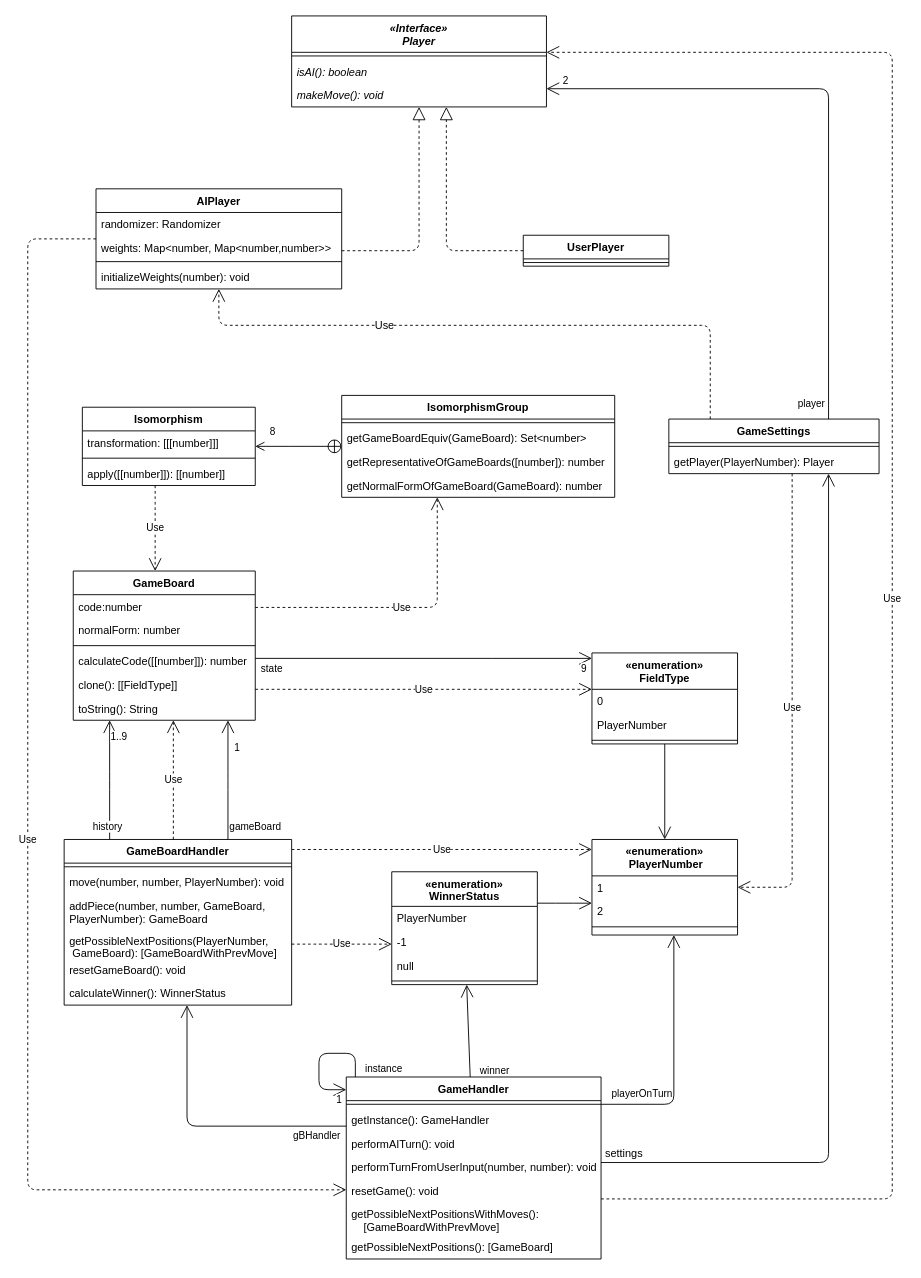
Before: ProductBacklog/Klassendiagramme/Aktuell.drawio in idlaviV/TIKTacToe, a draw.io diagram. Source tidied: cells renumbered, new cells numbered last; positions are measured from the earlier drawing's top-left corner, leaving out a move shared by most shapes. Both pictures are drawn from the tidied source at 91%, with x=0, y=0 at pixel (27, 15).
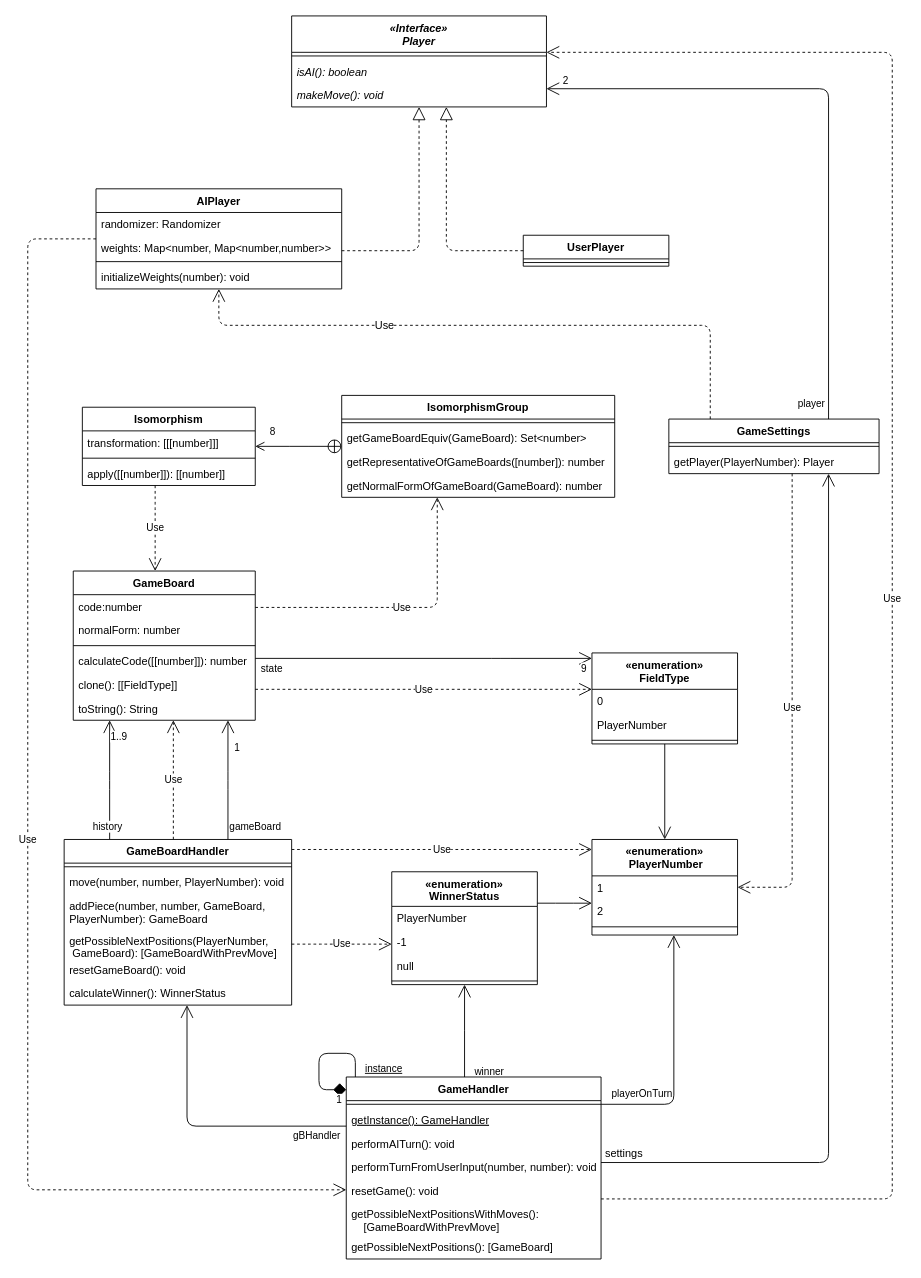
After the change.

Commit message (it also covers changes not shown here):
kleinere änderungen

The change refers to these unchanged cells:
```xml
<mxCell id="6" value="«enumeration»&#10;FieldType" style="swimlane;fontStyle=1;align=center;verticalAlign=top;horizontal=1;startSize=40;rounded=0;" parent="1" vertex="1">
  <mxGeometry x="620" y="700" width="160" height="100" as="geometry" />
</mxCell>
<mxCell id="13" value="«enumeration»&#10;WinnerStatus" style="swimlane;fontStyle=1;align=center;verticalAlign=top;horizontal=1;startSize=38;fontFamily=Helvetica;fontSize=12;fontColor=default;rounded=0;" parent="1" vertex="1">
  <mxGeometry x="400" y="940.5" width="160" height="124" as="geometry" />
</mxCell>
<mxCell id="43" value="GameHandler" style="swimlane;fontStyle=1;align=center;verticalAlign=top;horizontal=1;startSize=26;labelBackgroundColor=default;fillStyle=auto;" parent="1" vertex="1">
  <mxGeometry x="350" y="1166" width="280" height="200" as="geometry" />
</mxCell>
<mxCell id="76" value="GameBoard" style="swimlane;fontStyle=1;align=center;verticalAlign=top;horizontal=1;startSize=26;fontSize=12;" parent="1" vertex="1">
  <mxGeometry x="50" y="610" width="200" height="164" as="geometry" />
</mxCell>
```

The edit, as a diff of the source:
```diff
@@
-    <mxCell id="11" value="9" style="endArrow=open;endSize=12;html=1;edgeStyle=elbowEdgeStyle;rounded=1;" parent="1" edge="1" source="76" target="6">
+    <mxCell id="11" value="9" style="endArrow=open;endSize=12;html=1;edgeStyle=elbowEdgeStyle;rounded=1;startArrow=none;startFill=0;" parent="1" edge="1" source="76" target="6">
       <mxGeometry x="0.95" y="-11" relative="1" as="geometry">
         <Array as="points">
           <mxPoint x="520" y="706" />
           <mxPoint x="550" y="716" />
         </Array>
       </mxGeometry>
     </mxCell>
@@
-    <mxCell id="19" value="winner" style="endArrow=open;endSize=12;html=1;rounded=0;labelBackgroundColor=default;strokeColor=default;fontFamily=Helvetica;fontSize=11;fontColor=default;shape=connector;" parent="1" edge="1" source="43" target="13">
+    <mxCell id="19" value="winner" style="endArrow=open;endSize=12;html=1;rounded=0;labelBackgroundColor=default;strokeColor=default;fontFamily=Helvetica;fontSize=11;fontColor=default;shape=connector;edgeStyle=elbowEdgeStyle;" parent="1" edge="1" source="43" target="13">
       <mxGeometry x="-0.89" y="-27" relative="1" as="geometry" />
     </mxCell>
@@
-    <mxCell id="45" value="getInstance(): GameHandler" style="text;strokeColor=none;fillColor=none;align=left;verticalAlign=top;spacingLeft=4;spacingRight=4;overflow=hidden;" parent="43" vertex="1">
+    <mxCell id="45" value="getInstance(): GameHandler" style="text;strokeColor=none;fillColor=none;align=left;verticalAlign=top;spacingLeft=4;spacingRight=4;overflow=hidden;fontStyle=4;" parent="43" vertex="1">
       <mxGeometry y="34" width="280" height="26" as="geometry" />
     </mxCell>
@@
-    <mxCell id="91" style="endArrow=open;endFill=1;endSize=12;html=1;edgeStyle=orthogonalEdgeStyle;" parent="1" edge="1" source="43" target="43">
+    <mxCell id="91" style="endArrow=diamond;endFill=1;endSize=12;html=1;edgeStyle=orthogonalEdgeStyle;" parent="1" edge="1" source="43" target="43">
       <mxGeometry relative="1" as="geometry">
         <Array as="points">
           <mxPoint x="360" y="1140" />
           <mxPoint x="320" y="1140" />
           <mxPoint x="320" y="1180" />
         </Array>
       </mxGeometry>
     </mxCell>
-    <mxCell id="92" value="instance" style="edgeLabel;html=1;align=center;verticalAlign=middle;" parent="91" vertex="1">
+    <mxCell id="92" value="instance" style="edgeLabel;html=1;align=center;verticalAlign=middle;fontStyle=4;" parent="91" vertex="1">
       <mxGeometry x="-0.6" y="-2" relative="1" as="geometry">
         <mxPoint x="31" y="18" as="offset" />
       </mxGeometry>
     </mxCell>
```
